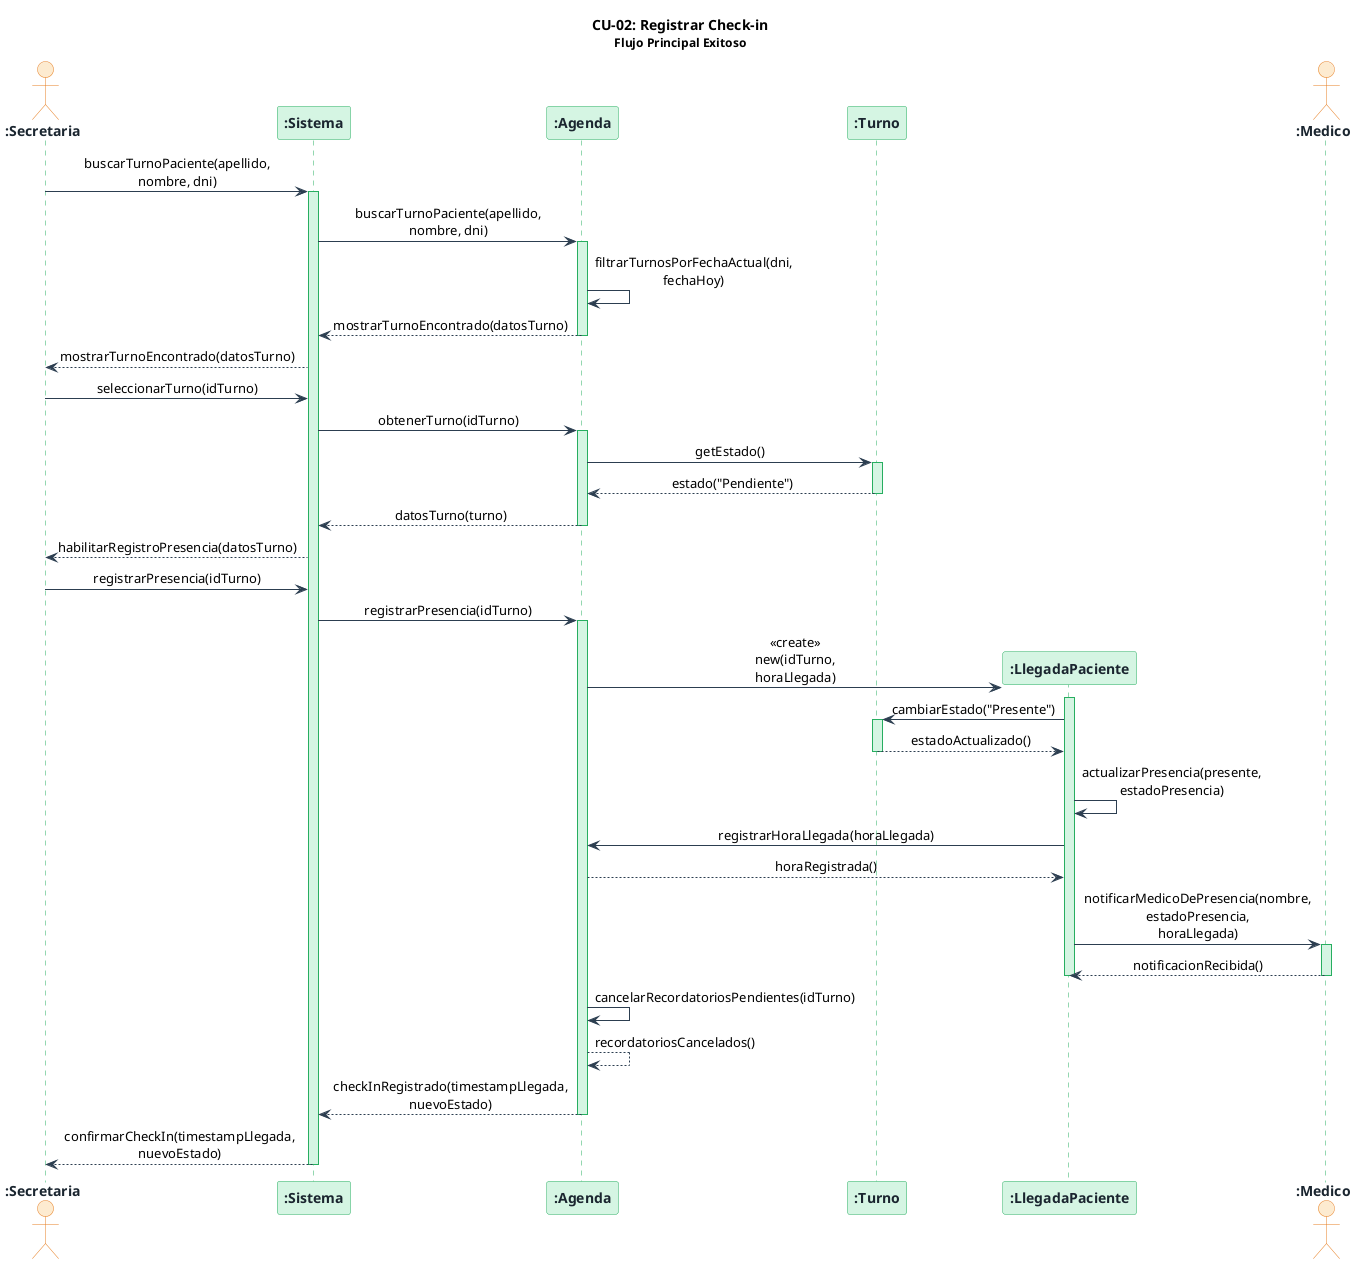
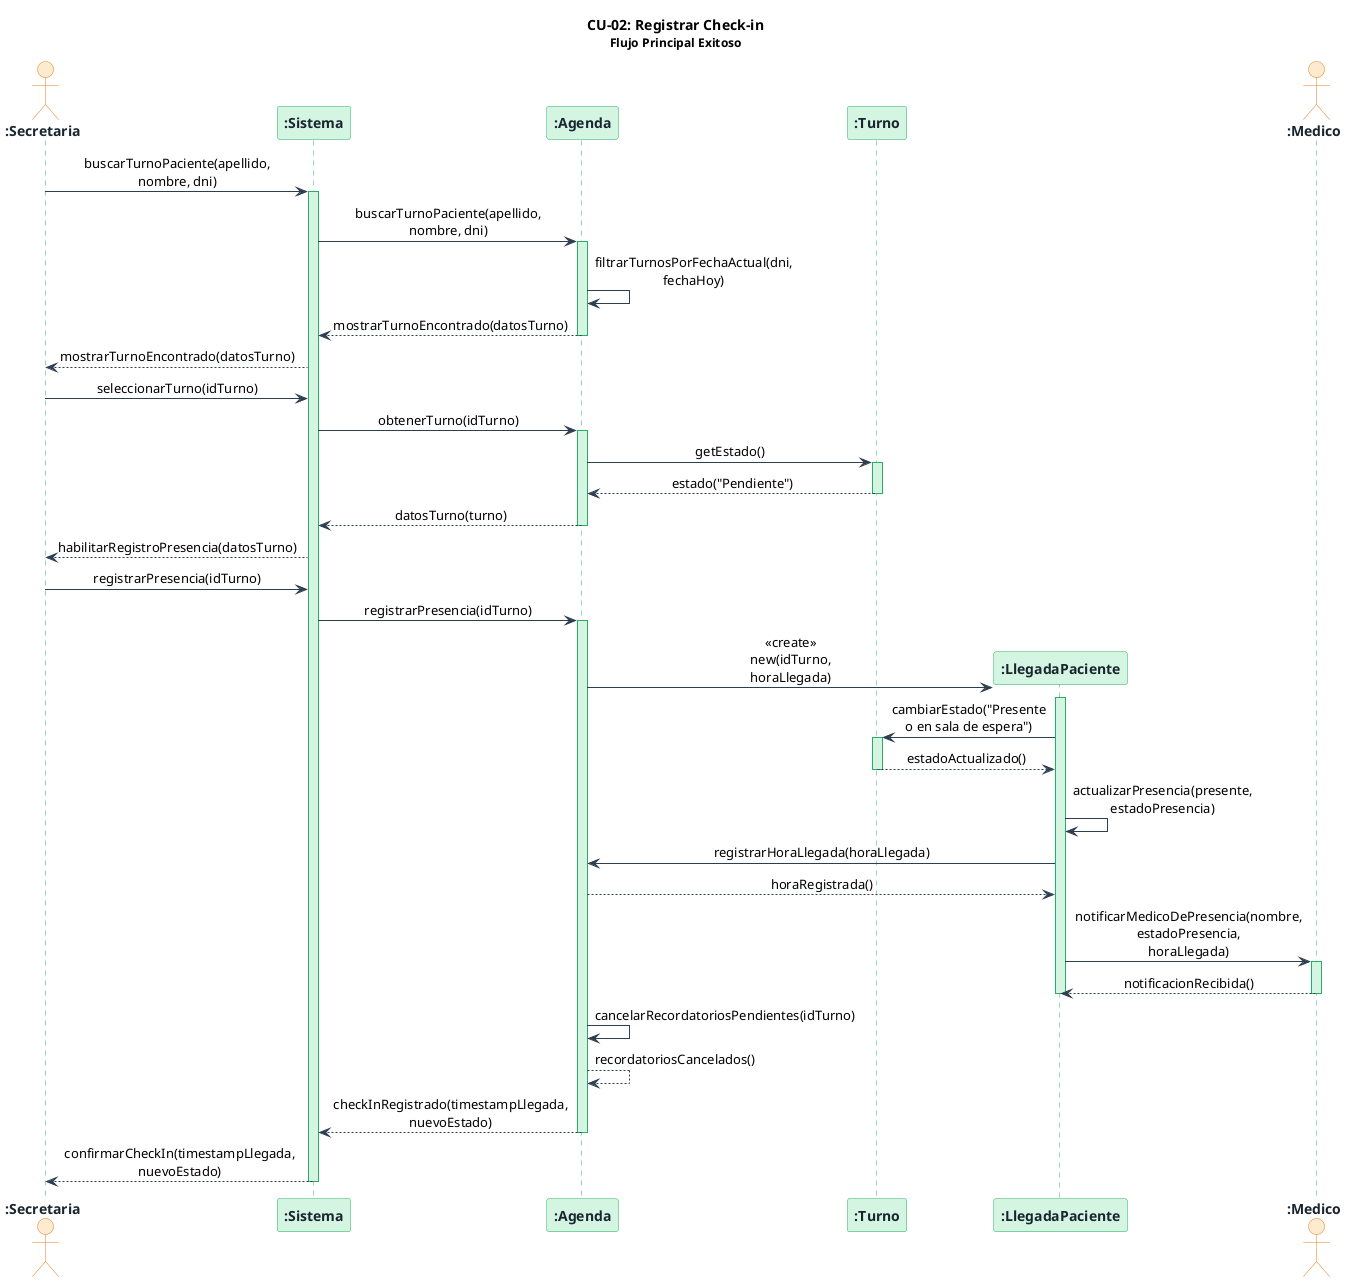
@startuml 05-cu02-registrar-checkin

skinparam sequenceMessageAlign center
skinparam responseMessageBelowArrow true
skinparam maxMessageSize 160
skinparam sequence {
    ArrowColor          #2C3E50
    LifeLineBorderColor #27AE60
    LifeLineBackgroundColor #D5F5E3
    BoxBackgroundColor  #FDFEFE
    BoxBorderColor      #2C3E50
}
skinparam participant {
    BackgroundColor #D5F5E3
    BorderColor     #27AE60
    FontColor       #1A252F
    FontStyle       bold
}
skinparam actor {
    BackgroundColor #FDEBD0
    BorderColor     #E67E22
    FontColor       #1A252F
    FontStyle       bold
}

title **CU-02: Registrar Check-in**\n<size:12>Flujo Principal Exitoso</size>

actor    ":Secretaria"          as secretaria
participant ":Sistema"          as sistema
participant ":Agenda"           as agenda
participant ":Turno"            as turno
participant ":LlegadaPaciente"  as llegadaPaciente
actor    ":Medico"              as medico

' ── 1. Búsqueda del turno del paciente ─────────────────────────────────────
secretaria  ->  sistema         : buscarTurnoPaciente(apellido, nombre, dni)
activate sistema
sistema     ->  agenda          : buscarTurnoPaciente(apellido, nombre, dni)
activate agenda
agenda      ->  agenda          : filtrarTurnosPorFechaActual(dni, fechaHoy)
agenda      -->  sistema        : mostrarTurnoEncontrado(datosTurno)
deactivate agenda
sistema     -->  secretaria     : mostrarTurnoEncontrado(datosTurno)

' ── 2. Selección y verificación del turno ──────────────────────────────────
secretaria  ->  sistema         : seleccionarTurno(idTurno)
sistema     ->  agenda          : obtenerTurno(idTurno)
activate agenda
agenda      ->  turno           : getEstado()
activate turno
turno       -->  agenda         : estado("Pendiente")
deactivate turno
agenda      -->  sistema        : datosTurno(turno)
deactivate agenda
sistema     -->  secretaria     : habilitarRegistroPresencia(datosTurno)

' ── 3. Registro de presencia y creación de LlegadaPaciente ─────────────────
secretaria  ->  sistema         : registrarPresencia(idTurno)
sistema     ->  agenda          : registrarPresencia(idTurno)
activate agenda

create llegadaPaciente
agenda      ->  llegadaPaciente : <<create>>\nnew(idTurno, horaLlegada)
activate llegadaPaciente

- llegadaPaciente ->  turno       : cambiarEstado("Presente")
+ llegadaPaciente ->  turno       : cambiarEstado("Presente o en sala de espera")
activate turno
turno       -->  llegadaPaciente : estadoActualizado()
deactivate turno

llegadaPaciente ->  llegadaPaciente : actualizarPresencia(presente, estadoPresencia)

llegadaPaciente ->  agenda      : registrarHoraLlegada(horaLlegada)
agenda      -->  llegadaPaciente : horaRegistrada()

' ── 4. Notificación al médico (responsabilidad de LlegadaPaciente - CRC) ────
llegadaPaciente ->  medico      : notificarMedicoDePresencia(nombre, estadoPresencia, horaLlegada)
activate medico
medico      -->  llegadaPaciente : notificacionRecibida()
deactivate medico

deactivate llegadaPaciente

' ── 5. Cancelación de recordatorios pendientes ─────────────────────────────
agenda      ->  agenda          : cancelarRecordatoriosPendientes(idTurno)
agenda      -->  agenda         : recordatoriosCancelados()

agenda      -->  sistema        : checkInRegistrado(timestampLlegada, nuevoEstado)
deactivate agenda

' ── 6. Confirmación a la secretaria ────────────────────────────────────────
sistema     -->  secretaria     : confirmarCheckIn(timestampLlegada, nuevoEstado)
deactivate sistema

@enduml
